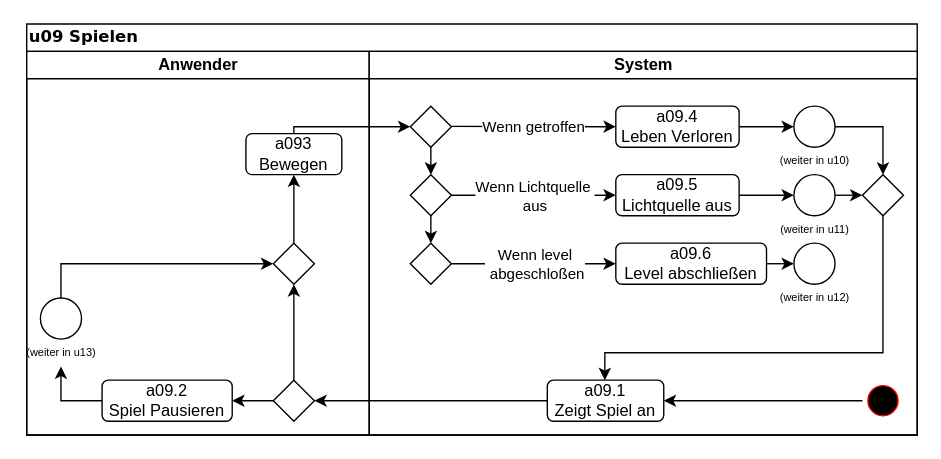
Above: Unbenanntes Diagramm.drawio in Skill3rboy/OOS (draw.io), before the change. Source tidied: cells renumbered, new cells numbered last; positions are measured from the earlier drawing's top-left corner, leaving out a move shared by most shapes. Both pictures are drawn from the tidied source at 137%, with x=0, y=0 at pixel (23, 23).
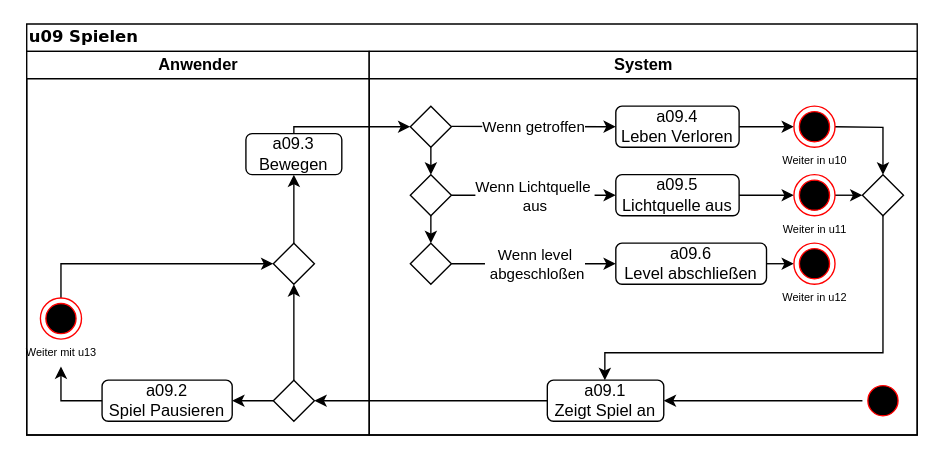
After the change.

Unchanged cells that the change refers to:
```xml
<mxCell id="3" value="Anwender" style="swimlane;html=1;startSize=20;" parent="2" vertex="1">
  <mxGeometry y="20" width="250" height="280" as="geometry" />
</mxCell>
<mxCell id="14" style="rhombus;whiteSpace=wrap;html=1;rotation=0;" parent="3" vertex="1">
  <mxGeometry x="180" y="140" width="30" height="30" as="geometry" />
</mxCell>
<mxCell id="15" value="System" style="swimlane;html=1;startSize=20;" parent="2" vertex="1">
  <mxGeometry x="250" y="20" width="400" height="280" as="geometry" />
</mxCell>
<mxCell id="20" value="&lt;div&gt;a09.4&lt;/div&gt;&lt;div&gt;Leben Verloren&lt;/div&gt;" style="rounded=1;whiteSpace=wrap;html=1;" parent="15" vertex="1">
  <mxGeometry x="180" y="40" width="90" height="30" as="geometry" />
</mxCell>
<mxCell id="29" value="&lt;div&gt;a09.5&lt;/div&gt;&lt;div&gt;Lichtquelle aus&lt;/div&gt;" style="rounded=1;whiteSpace=wrap;html=1;" parent="15" vertex="1">
  <mxGeometry x="180" y="90" width="90" height="30" as="geometry" />
</mxCell>
<mxCell id="32" value="&lt;div&gt;a09.6&lt;/div&gt;&lt;div&gt;Level abschließen&lt;/div&gt;" style="rounded=1;whiteSpace=wrap;html=1;" parent="15" vertex="1">
  <mxGeometry x="180" y="140" width="110" height="30" as="geometry" />
</mxCell>
<mxCell id="45" style="rhombus;whiteSpace=wrap;html=1;rotation=0;" parent="15" vertex="1">
  <mxGeometry x="360" y="90" width="30" height="30" as="geometry" />
</mxCell>
```

The edit, as a diff of the source:
```diff
@@
-    <mxCell id="4" value="a093&lt;div&gt;Bewegen&lt;/div&gt;" style="rounded=1;whiteSpace=wrap;html=1;" parent="3" vertex="1">
+    <mxCell id="4" value="a09.3&lt;div&gt;Bewegen&lt;/div&gt;" style="rounded=1;whiteSpace=wrap;html=1;" parent="3" vertex="1">
       <mxGeometry x="160" y="60" width="70" height="30" as="geometry" />
     </mxCell>
@@
-    <mxCell id="9" style="edgeStyle=orthogonalEdgeStyle;rounded=0;jettySize=auto;html=1;exitX=0.5;exitY=0;exitDx=0;exitDy=0;entryX=0;entryY=0.5;entryDx=0;entryDy=0;" parent="3" edge="1" source="10" target="14">
+    <mxCell id="9" style="edgeStyle=orthogonalEdgeStyle;rounded=0;jettySize=auto;html=1;exitX=0.5;exitY=0;exitDx=0;exitDy=0;entryX=0;entryY=0.5;entryDx=0;entryDy=0;" parent="3" edge="1" source="48" target="14">
       <mxGeometry relative="1" as="geometry" />
     </mxCell>
-    <mxCell id="10" style="ellipse;whiteSpace=wrap;html=1;" parent="3" vertex="1">
-      <mxGeometry x="10" y="180" width="30" height="30" as="geometry" />
-    </mxCell>
@@
-    <mxCell id="12" value="&lt;div style=&quot;font-size: 8px;&quot;&gt;(weiter in u13)&lt;/div&gt;" style="text;html=1;strokeColor=none;fillColor=none;align=center;verticalAlign=middle;whiteSpace=wrap;rounded=0;fontSize=8;" parent="3" vertex="1">
+    <mxCell id="12" value="Weiter mit u13" style="text;html=1;strokeColor=none;fillColor=none;align=center;verticalAlign=middle;whiteSpace=wrap;rounded=0;fontSize=8;" parent="3" vertex="1">
       <mxGeometry x="-2.5" y="210" width="55" height="20" as="geometry" />
     </mxCell>
@@
+    <mxCell id="48" style="ellipse;html=1;shape=endState;fillColor=#000000;strokeColor=#ff0000;" parent="3" vertex="1">
+      <mxGeometry x="10" y="180" width="30" height="30" as="geometry" />
+    </mxCell>
@@
-    <mxCell id="19" style="edgeStyle=orthogonalEdgeStyle;rounded=0;jettySize=auto;html=1;exitX=1;exitY=0.5;exitDx=0;exitDy=0;entryX=0;entryY=0.5;entryDx=0;entryDy=0;" parent="15" edge="1" source="20" target="37">
-      <mxGeometry relative="1" as="geometry" />
+    <mxCell id="19" style="edgeStyle=orthogonalEdgeStyle;rounded=0;jettySize=auto;html=1;exitX=1;exitY=0.5;exitDx=0;exitDy=0;entryX=0;entryY=0.5;entryDx=0;entryDy=0;" parent="15" edge="1" source="20">
+      <mxGeometry relative="1" as="geometry">
+        <mxPoint x="310" y="55" as="targetPoint" />
+      </mxGeometry>
     </mxCell>
@@
-    <mxCell id="28" style="edgeStyle=orthogonalEdgeStyle;rounded=0;jettySize=auto;html=1;exitX=1;exitY=0.5;exitDx=0;exitDy=0;entryX=0;entryY=0.5;entryDx=0;entryDy=0;" parent="15" edge="1" source="29" target="39">
-      <mxGeometry relative="1" as="geometry" />
+    <mxCell id="28" style="edgeStyle=orthogonalEdgeStyle;rounded=0;jettySize=auto;html=1;exitX=1;exitY=0.5;exitDx=0;exitDy=0;entryX=0;entryY=0.5;entryDx=0;entryDy=0;" parent="15" edge="1" source="29">
+      <mxGeometry relative="1" as="geometry">
+        <mxPoint x="310" y="105" as="targetPoint" />
+      </mxGeometry>
     </mxCell>
@@
-    <mxCell id="31" style="edgeStyle=orthogonalEdgeStyle;rounded=0;jettySize=auto;html=1;exitX=1;exitY=0.5;exitDx=0;exitDy=0;entryX=0;entryY=0.5;entryDx=0;entryDy=0;" parent="15" edge="1" source="32" target="40">
-      <mxGeometry relative="1" as="geometry" />
+    <mxCell id="31" style="edgeStyle=orthogonalEdgeStyle;rounded=0;jettySize=auto;html=1;exitX=1;exitY=0.5;exitDx=0;exitDy=0;entryX=0;entryY=0.5;entryDx=0;entryDy=0;" parent="15" edge="1" source="32">
+      <mxGeometry relative="1" as="geometry">
+        <mxPoint x="310" y="155" as="targetPoint" />
+      </mxGeometry>
     </mxCell>
@@
-    <mxCell id="36" style="edgeStyle=orthogonalEdgeStyle;rounded=0;jettySize=auto;html=1;exitX=1;exitY=0.5;exitDx=0;exitDy=0;entryX=0.5;entryY=0;entryDx=0;entryDy=0;" parent="15" edge="1" source="37" target="45">
-      <mxGeometry relative="1" as="geometry" />
+    <mxCell id="36" style="edgeStyle=orthogonalEdgeStyle;rounded=0;jettySize=auto;html=1;exitX=1;exitY=0.5;exitDx=0;exitDy=0;entryX=0.5;entryY=0;entryDx=0;entryDy=0;" parent="15" edge="1" target="45">
+      <mxGeometry relative="1" as="geometry">
+        <mxPoint x="340" y="55" as="sourcePoint" />
+      </mxGeometry>
     </mxCell>
-    <mxCell id="37" style="ellipse;whiteSpace=wrap;html=1;" parent="15" vertex="1">
-      <mxGeometry x="310" y="40" width="30" height="30" as="geometry" />
-    </mxCell>
-    <mxCell id="38" style="edgeStyle=orthogonalEdgeStyle;rounded=0;jettySize=auto;html=1;exitX=1;exitY=0.5;exitDx=0;exitDy=0;entryX=0;entryY=0.5;entryDx=0;entryDy=0;" parent="15" edge="1" source="39" target="45">
-      <mxGeometry relative="1" as="geometry" />
+    <mxCell id="38" style="edgeStyle=orthogonalEdgeStyle;rounded=0;jettySize=auto;html=1;exitX=1;exitY=0.5;exitDx=0;exitDy=0;entryX=0;entryY=0.5;entryDx=0;entryDy=0;" parent="15" edge="1" target="45">
+      <mxGeometry relative="1" as="geometry">
+        <mxPoint x="340" y="105" as="sourcePoint" />
+      </mxGeometry>
     </mxCell>
-    <mxCell id="39" style="ellipse;whiteSpace=wrap;html=1;" parent="15" vertex="1">
-      <mxGeometry x="310" y="90" width="30" height="30" as="geometry" />
-    </mxCell>
-    <mxCell id="40" style="ellipse;whiteSpace=wrap;html=1;" parent="15" vertex="1">
-      <mxGeometry x="310" y="140" width="30" height="30" as="geometry" />
-    </mxCell>
-    <mxCell id="41" value="&lt;div style=&quot;font-size: 8px;&quot;&gt;(weiter in u10)&lt;/div&gt;" style="text;html=1;strokeColor=none;fillColor=none;align=center;verticalAlign=middle;whiteSpace=wrap;rounded=0;fontSize=8;" parent="15" vertex="1">
+    <mxCell id="41" value="Weiter in u10" style="text;html=1;strokeColor=none;fillColor=none;align=center;verticalAlign=middle;whiteSpace=wrap;rounded=0;fontSize=8;" parent="15" vertex="1">
       <mxGeometry x="297.5" y="70" width="55" height="20" as="geometry" />
     </mxCell>
-    <mxCell id="42" value="&lt;div style=&quot;font-size: 8px;&quot;&gt;(weiter in u11)&lt;/div&gt;" style="text;html=1;strokeColor=none;fillColor=none;align=center;verticalAlign=middle;whiteSpace=wrap;rounded=0;fontSize=8;" parent="15" vertex="1">
+    <mxCell id="42" value="Weiter in u11" style="text;html=1;strokeColor=none;fillColor=none;align=center;verticalAlign=middle;whiteSpace=wrap;rounded=0;fontSize=8;" parent="15" vertex="1">
       <mxGeometry x="297.5" y="120" width="55" height="20" as="geometry" />
     </mxCell>
-    <mxCell id="43" value="&lt;div style=&quot;font-size: 8px;&quot;&gt;(weiter in u12)&lt;/div&gt;" style="text;html=1;strokeColor=none;fillColor=none;align=center;verticalAlign=middle;whiteSpace=wrap;rounded=0;fontSize=8;" parent="15" vertex="1">
+    <mxCell id="43" value="Weiter in u12" style="text;html=1;strokeColor=none;fillColor=none;align=center;verticalAlign=middle;whiteSpace=wrap;rounded=0;fontSize=8;" parent="15" vertex="1">
       <mxGeometry x="297.5" y="170" width="55" height="20" as="geometry" />
     </mxCell>
@@
+    <mxCell id="49" style="ellipse;html=1;shape=endState;fillColor=#000000;strokeColor=#ff0000;" parent="15" vertex="1">
+      <mxGeometry x="310" y="140" width="30" height="30" as="geometry" />
+    </mxCell>
+    <mxCell id="50" style="ellipse;html=1;shape=endState;fillColor=#000000;strokeColor=#ff0000;" parent="15" vertex="1">
+      <mxGeometry x="310" y="90" width="30" height="30" as="geometry" />
+    </mxCell>
+    <mxCell id="51" style="ellipse;html=1;shape=endState;fillColor=#000000;strokeColor=#ff0000;" parent="15" vertex="1">
+      <mxGeometry x="310" y="40" width="30" height="30" as="geometry" />
+    </mxCell>
```
